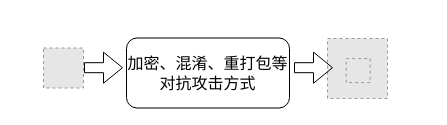
Before: 对抗攻击.drawio in sunray42/diagrams, a draw.io diagram. Source tidied: cells renumbered, new cells numbered last; positions are measured from the earlier drawing's top-left corner, leaving out a move shared by most shapes. Both pictures are drawn from the tidied source at 100%, with x=0, y=0 at pixel (43, 38). Pictures stored in the file or linked from it are replaced by grey dashed boxes.
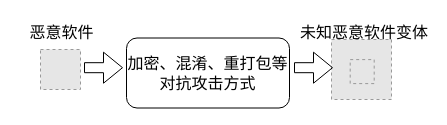
The same diagram, later.

Commit message (it also covers changes not shown here):
更新对抗攻击.drawio

Change to the diagram source:
```diff
@@
 <mxGraphModel>
   <root>
     <mxCell id="0" />
     <mxCell id="1" parent="0" />
     <mxCell id="2" style="fillColor=#E6E6E6;strokeColor=#999999;dashed=1;verticalLabelPosition=bottom;verticalAlign=top;" parent="1" vertex="1">
-      <mxGeometry y="9.5" width="40" height="40" as="geometry" />
+      <mxGeometry x="-3" y="11" width="40" height="40" as="geometry" />
     </mxCell>
     <mxCell id="3" style="shape=flexArrow;endArrow=classic;html=1;rounded=0;" parent="1" edge="1">
       <mxGeometry relative="1" as="geometry">
         <mxPoint x="40.5" y="29.2" as="sourcePoint" />
         <mxPoint x="79.5" y="29.2" as="targetPoint" />
       </mxGeometry>
     </mxCell>
     <mxCell id="4" value="&lt;font style=&quot;font-size: 16px;&quot;&gt;加密、混淆、重打包等对抗攻击方式&lt;/font&gt;" style="rounded=1;whiteSpace=wrap;html=1;align=center;" parent="1" vertex="1">
       <mxGeometry x="83" y="-0.5" width="163" height="70" as="geometry" />
     </mxCell>
     <mxCell id="5" style="group;" parent="1" vertex="1">
-      <mxGeometry x="284" width="70" height="60" as="geometry" />
+      <mxGeometry x="288" y="1" width="70" height="60" as="geometry" />
     </mxCell>
     <mxCell id="6" style="fillColor=#E6E6E6;strokeColor=#999999;dashed=1;verticalLabelPosition=bottom;verticalAlign=top;" parent="5" vertex="1">
       <mxGeometry width="60" height="60" as="geometry" />
     </mxCell>
     <mxCell id="7" style="fillColor=#E6E6E6;strokeColor=#999999;dashed=1;verticalLabelPosition=bottom;verticalAlign=top;" parent="5" vertex="1">
       <mxGeometry x="18.7" y="20.1" width="24" height="24" as="geometry" />
     </mxCell>
     <mxCell id="8" style="shape=flexArrow;endArrow=classic;html=1;rounded=0;" parent="1" edge="1">
       <mxGeometry relative="1" as="geometry">
         <mxPoint x="250.5" y="29.2" as="sourcePoint" />
         <mxPoint x="289.5" y="29.2" as="targetPoint" />
       </mxGeometry>
     </mxCell>
+    <mxCell id="9" value="&lt;font style=&quot;font-size: 16px;&quot;&gt;恶意软件&lt;/font&gt;" style="text;html=1;strokeColor=none;fillColor=none;align=center;verticalAlign=middle;whiteSpace=wrap;rounded=0;" parent="1" vertex="1">
+      <mxGeometry x="-26.5" y="-21" width="89" height="30" as="geometry" />
+    </mxCell>
+    <mxCell id="10" value="&lt;font style=&quot;font-size: 16px;&quot;&gt;未知恶意软件变体&lt;/font&gt;" style="text;html=1;strokeColor=none;fillColor=none;align=center;verticalAlign=middle;whiteSpace=wrap;rounded=0;" parent="1" vertex="1">
+      <mxGeometry x="256" y="-18" width="130" height="23" as="geometry" />
+    </mxCell>
   </root>
 </mxGraphModel>
```
